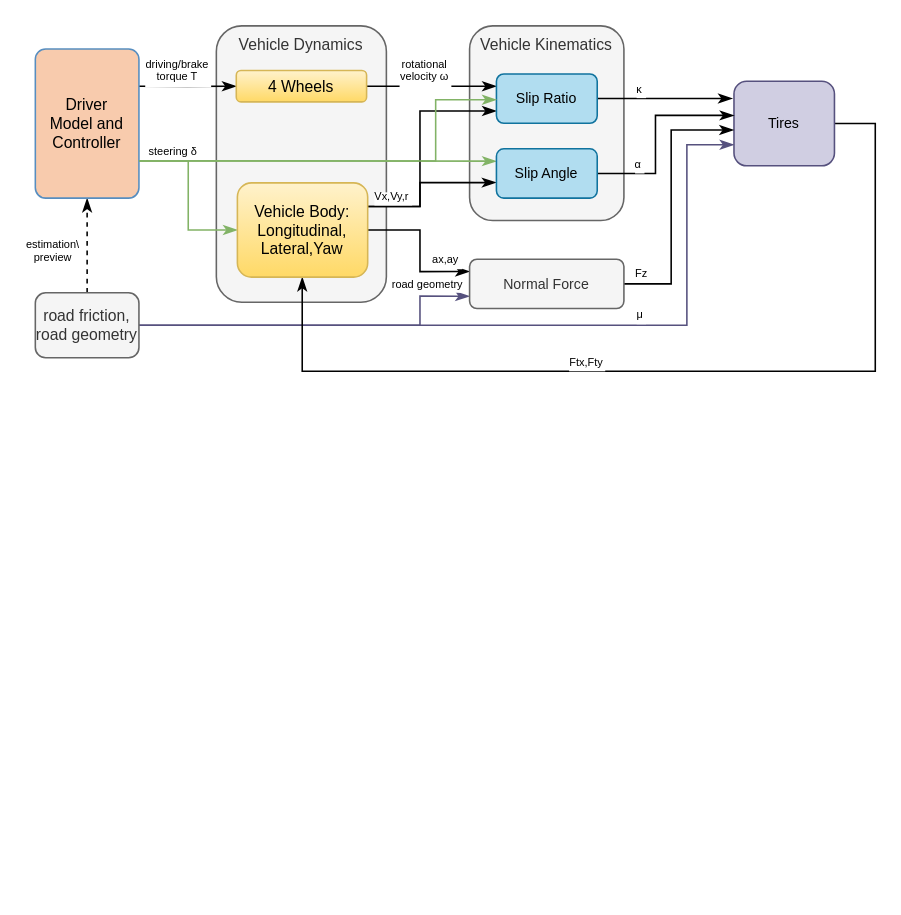
The draw.io diagram vehicle dynamics.drawio in LimingGao/draw_io, before the edit. Source tidied: cells renumbered, new cells numbered last; positions are measured from the earlier drawing's top-left corner, leaving out a move shared by most shapes. Both pictures are drawn from the tidied source at 157%, with x=0, y=0 at pixel (35, 25).
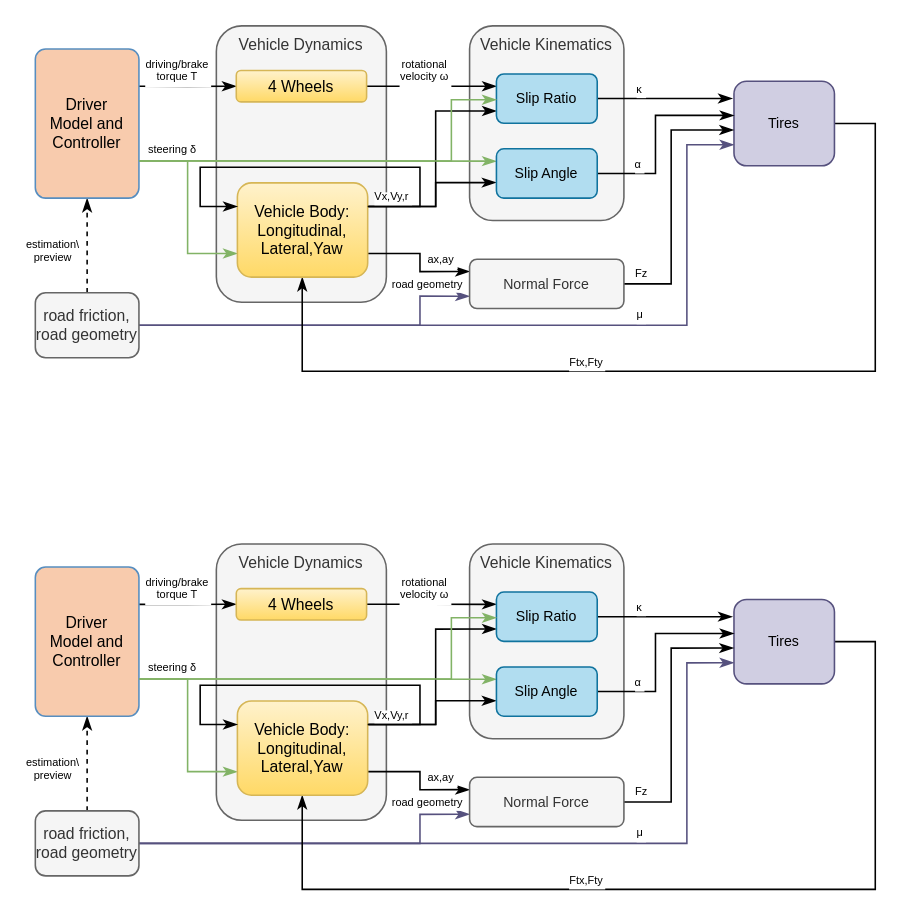
The same diagram, later.

Unchanged cells that the change refers to:
```xml
<mxCell id="16" value="Driver &#10;Model and &#10;Controller" style="rounded=1;align=center;verticalAlign=middle;fontSize=10;fontStyle=0;fillColor=#F8CBAD;strokeColor=#578EC0;arcSize=10;" parent="1" vertex="1">
  <mxGeometry y="14.7" width="66" height="95" as="geometry" />
</mxCell>
<mxCell id="29" value="Vehicle Body:&#10;Longitudinal,&#10;Lateral,Yaw" style="rounded=1;align=center;verticalAlign=middle;fontSize=10;fontStyle=0;fillColor=#fff2cc;strokeColor=#d6b656;gradientColor=#ffd966;" parent="1" vertex="1">
  <mxGeometry x="128.7" y="100" width="83" height="60" as="geometry" />
</mxCell>
<mxCell id="32" value="Slip Angle" style="rounded=1;align=center;verticalAlign=middle;fillColor=#b1ddf0;strokeColor=#10739e;fontSize=9;fontStyle=0;" parent="1" vertex="1">
  <mxGeometry x="293.7" y="78.3" width="64.2" height="31.4" as="geometry" />
</mxCell>
<mxCell id="35" value="Slip Ratio" style="rounded=1;align=center;verticalAlign=middle;fillColor=#b1ddf0;strokeColor=#10739e;fontSize=9;fontStyle=0;" parent="1" vertex="1">
  <mxGeometry x="293.7" y="30.6" width="64.2" height="31.4" as="geometry" />
</mxCell>
<mxCell id="39" value="Normal Force" style="rounded=1;align=center;verticalAlign=middle;fontSize=9;fontStyle=0;fillColor=#f5f5f5;strokeColor=#666666;fontColor=#333333;" parent="1" vertex="1">
  <mxGeometry x="276.6" y="148.6" width="98.3" height="31.4" as="geometry" />
</mxCell>
```

Diff of the diagram source:
```diff
@@
-    <mxCell id="13" style="edgeStyle=orthogonalEdgeStyle;rounded=0;jettySize=auto;exitX=1;exitY=0.75;exitDx=0;exitDy=0;fontSize=7;endArrow=classicThin;endFill=1;fillColor=#d5e8d4;strokeColor=#82b366;" parent="1" edge="1" source="16" target="29">
-      <mxGeometry relative="1" as="geometry" />
+    <mxCell id="13" style="edgeStyle=orthogonalEdgeStyle;rounded=0;jettySize=auto;exitX=1;exitY=0.75;exitDx=0;exitDy=0;fontSize=7;endArrow=classicThin;endFill=1;fillColor=#d5e8d4;strokeColor=#82b366;entryX=0;entryY=0.75;entryDx=0;entryDy=0;" parent="1" edge="1" source="16" target="29">
+      <mxGeometry relative="1" as="geometry">
+        <Array as="points">
+          <mxPoint x="97" y="86" />
+          <mxPoint x="97" y="145" />
+        </Array>
+      </mxGeometry>
     </mxCell>
     <mxCell id="14" value="steering δ" style="edgeLabel;align=center;verticalAlign=middle;fontSize=7;" parent="13" vertex="1">
       <mxGeometry x="-0.2" y="1" relative="1" as="geometry">
-        <mxPoint x="-10.9" y="-18.1" as="offset" />
+        <mxPoint x="-10.9" y="-25.5" as="offset" />
       </mxGeometry>
     </mxCell>
@@
     <mxCell id="24" style="edgeStyle=orthogonalEdgeStyle;rounded=0;jettySize=auto;fontSize=7;entryX=-0.003;entryY=0.685;entryDx=0;entryDy=0;entryPerimeter=0;endArrow=classicThin;endFill=1;exitX=1;exitY=0.25;exitDx=0;exitDy=0;" parent="1" edge="1" source="29" target="32">
       <mxGeometry relative="1" as="geometry">
         <Array as="points">
-          <mxPoint x="245" y="115" />
-          <mxPoint x="245" y="100" />
+          <mxPoint x="255" y="115" />
+          <mxPoint x="255" y="100" />
         </Array>
       </mxGeometry>
     </mxCell>
@@
     <mxCell id="26" style="edgeStyle=orthogonalEdgeStyle;rounded=0;jettySize=auto;startArrow=none;startFill=0;endArrow=classicThin;endFill=1;fontSize=7;entryX=0;entryY=0.75;entryDx=0;entryDy=0;exitX=1;exitY=0.25;exitDx=0;exitDy=0;" parent="1" edge="1" source="29" target="35">
       <mxGeometry relative="1" as="geometry">
         <Array as="points">
-          <mxPoint x="245" y="115" />
-          <mxPoint x="245" y="55" />
+          <mxPoint x="255" y="115" />
+          <mxPoint x="255" y="54" />
         </Array>
       </mxGeometry>
     </mxCell>
-    <mxCell id="27" style="edgeStyle=orthogonalEdgeStyle;rounded=0;jettySize=auto;startArrow=none;startFill=0;endArrow=classicThin;endFill=1;fontSize=7;entryX=0;entryY=0.25;entryDx=0;entryDy=0;" parent="1" edge="1" source="29" target="39">
+    <mxCell id="27" style="edgeStyle=orthogonalEdgeStyle;rounded=0;jettySize=auto;startArrow=none;startFill=0;endArrow=classicThin;endFill=1;fontSize=7;entryX=0;entryY=0.25;entryDx=0;entryDy=0;exitX=1;exitY=0.75;exitDx=0;exitDy=0;" parent="1" edge="1" source="29" target="39">
       <mxGeometry relative="1" as="geometry">
         <Array as="points">
-          <mxPoint x="245" y="130" />
+          <mxPoint x="245" y="145" />
           <mxPoint x="245" y="156" />
         </Array>
       </mxGeometry>
     </mxCell>
     <mxCell id="28" value="ax,ay" style="edgeLabel;align=center;verticalAlign=middle;fontSize=7;" parent="27" vertex="1">
       <mxGeometry x="-0.54" y="1" relative="1" as="geometry">
-        <mxPoint x="28.4" y="19.6" as="offset" />
+        <mxPoint x="28.4" y="4.6" as="offset" />
       </mxGeometry>
     </mxCell>
@@
     <mxCell id="36" style="edgeStyle=orthogonalEdgeStyle;rounded=0;jettySize=auto;exitX=1;exitY=0.75;exitDx=0;exitDy=0;fontSize=7;endArrow=classicThin;endFill=1;fillColor=#d5e8d4;strokeColor=#82b366;" parent="1" edge="1" source="16" target="35">
       <mxGeometry relative="1" as="geometry">
         <Array as="points">
-          <mxPoint x="255" y="86" />
-          <mxPoint x="255" y="47" />
+          <mxPoint x="265" y="86" />
+          <mxPoint x="265" y="47" />
         </Array>
       </mxGeometry>
     </mxCell>
@@
+    <mxCell id="40" style="edgeStyle=orthogonalEdgeStyle;rounded=0;orthogonalLoop=1;jettySize=auto;startArrow=none;startFill=0;endArrow=classicThin;endFill=1;fontSize=7;entryX=0;entryY=0.25;entryDx=0;entryDy=0;exitX=1;exitY=0.25;exitDx=0;exitDy=0;" parent="1" edge="1" source="29" target="29">
+      <mxGeometry relative="1" as="geometry">
+        <Array as="points">
+          <mxPoint x="245" y="115" />
+          <mxPoint x="245" y="90" />
+          <mxPoint x="105" y="90" />
+          <mxPoint x="105" y="115" />
+        </Array>
+      </mxGeometry>
+    </mxCell>
+    <mxCell id="41" style="edgeStyle=orthogonalEdgeStyle;rounded=0;jettySize=auto;entryX=0;entryY=0.75;entryDx=0;entryDy=0;startArrow=none;startFill=0;endArrow=classicThin;endFill=1;fontSize=10;fillColor=#d0cee2;strokeColor=#56517e;" parent="1" edge="1" source="47" target="78">
+      <mxGeometry relative="1" as="geometry">
+        <Array as="points">
+          <mxPoint x="245" y="521" />
+          <mxPoint x="245" y="502" />
+        </Array>
+      </mxGeometry>
+    </mxCell>
+    <mxCell id="42" value="road geometry" style="edgeLabel;align=center;verticalAlign=middle;fontSize=7;" parent="41" vertex="1">
+      <mxGeometry x="0.28" y="1" relative="1" as="geometry">
+        <mxPoint x="36.6" y="-25.4" as="offset" />
+      </mxGeometry>
+    </mxCell>
+    <mxCell id="43" style="edgeStyle=orthogonalEdgeStyle;rounded=0;jettySize=auto;entryX=0;entryY=0.75;entryDx=0;entryDy=0;startArrow=none;startFill=0;endArrow=classicThin;endFill=1;fontSize=7;fillColor=#d0cee2;strokeColor=#56517e;" parent="1" edge="1" source="47" target="62">
+      <mxGeometry relative="1" as="geometry">
+        <Array as="points">
+          <mxPoint x="415" y="521" />
+          <mxPoint x="415" y="406" />
+        </Array>
+      </mxGeometry>
+    </mxCell>
+    <mxCell id="44" value="μ" style="edgeLabel;align=center;verticalAlign=middle;fontSize=7;" parent="43" vertex="1">
+      <mxGeometry x="0.38" y="-1" relative="1" as="geometry">
+        <mxPoint x="-22" y="-8" as="offset" />
+      </mxGeometry>
+    </mxCell>
+    <mxCell id="45" style="edgeStyle=orthogonalEdgeStyle;rounded=0;jettySize=auto;startArrow=none;startFill=0;endArrow=classicThin;endFill=1;fontSize=7;dashed=1;" parent="1" edge="1" source="47" target="55">
+      <mxGeometry relative="1" as="geometry" />
+    </mxCell>
+    <mxCell id="46" value="estimation\&#10;preview" style="edgeLabel;align=center;verticalAlign=middle;fontSize=7;" parent="45" vertex="1">
+      <mxGeometry x="-0.25" relative="1" as="geometry">
+        <mxPoint x="-22" y="-4" as="offset" />
+      </mxGeometry>
+    </mxCell>
+    <mxCell id="47" value="road friction,&#10;road geometry" style="rounded=1;labelBackgroundColor=none;arcSize=16;verticalAlign=middle;fontSize=10;align=center;fillColor=#f5f5f5;strokeColor=#666666;fontColor=#333333;" parent="1" vertex="1">
+      <mxGeometry y="500" width="66" height="41.4" as="geometry" />
+    </mxCell>
+    <mxCell id="48" value="Vehicle Kinematics" style="rounded=1;align=center;verticalAlign=top;fontSize=10;fontStyle=0;strokeColor=#666666;fillColor=#f5f5f5;fontColor=#333333;glass=0;" parent="1" vertex="1">
+      <mxGeometry x="276.6" y="330" width="98.3" height="124" as="geometry" />
+    </mxCell>
+    <mxCell id="49" value="Vehicle Dynamics" style="rounded=1;align=center;verticalAlign=top;fontSize=10;fontStyle=0;strokeColor=#666666;fillColor=#f5f5f5;fontColor=#333333;glass=0;" parent="1" vertex="1">
+      <mxGeometry x="115.3" y="330" width="108.3" height="176" as="geometry" />
+    </mxCell>
+    <mxCell id="50" style="edgeStyle=orthogonalEdgeStyle;rounded=0;jettySize=auto;entryX=0;entryY=0.5;entryDx=0;entryDy=0;exitX=1;exitY=0.25;exitDx=0;exitDy=0;endArrow=classicThin;endFill=1;" parent="1" edge="1" source="55" target="58">
+      <mxGeometry relative="1" as="geometry" />
+    </mxCell>
+    <mxCell id="51" value="driving/brake &#10;torque T" style="edgeLabel;align=center;verticalAlign=middle;fontSize=7;" parent="50" vertex="1">
+      <mxGeometry x="-0.26" y="-1" relative="1" as="geometry">
+        <mxPoint x="1.2" y="-11.4" as="offset" />
+      </mxGeometry>
+    </mxCell>
+    <mxCell id="52" style="edgeStyle=orthogonalEdgeStyle;rounded=0;jettySize=auto;exitX=1;exitY=0.75;exitDx=0;exitDy=0;fontSize=7;endArrow=classicThin;endFill=1;fillColor=#d5e8d4;strokeColor=#82b366;entryX=0;entryY=0.75;entryDx=0;entryDy=0;" parent="1" edge="1" source="55" target="68">
+      <mxGeometry relative="1" as="geometry">
+        <Array as="points">
+          <mxPoint x="97" y="416" />
+          <mxPoint x="97" y="475" />
+        </Array>
+      </mxGeometry>
+    </mxCell>
+    <mxCell id="53" value="steering δ" style="edgeLabel;align=center;verticalAlign=middle;fontSize=7;" parent="52" vertex="1">
+      <mxGeometry x="-0.2" y="1" relative="1" as="geometry">
+        <mxPoint x="-10.9" y="-25.5" as="offset" />
+      </mxGeometry>
+    </mxCell>
+    <mxCell id="54" style="edgeStyle=orthogonalEdgeStyle;rounded=0;jettySize=auto;exitX=1;exitY=0.75;exitDx=0;exitDy=0;entryX=0;entryY=0.25;entryDx=0;entryDy=0;fontSize=7;endArrow=classicThin;endFill=1;fillColor=#d5e8d4;strokeColor=#82b366;" parent="1" edge="1" source="55" target="71">
+      <mxGeometry relative="1" as="geometry" />
+    </mxCell>
+    <mxCell id="55" value="Driver &#10;Model and &#10;Controller" style="rounded=1;align=center;verticalAlign=middle;fontSize=10;fontStyle=0;fillColor=#F8CBAD;strokeColor=#578EC0;arcSize=10;" parent="1" vertex="1">
+      <mxGeometry y="344.7" width="66" height="95" as="geometry" />
+    </mxCell>
+    <mxCell id="56" style="edgeStyle=orthogonalEdgeStyle;rounded=0;jettySize=auto;fontSize=7;entryX=0;entryY=0.25;entryDx=0;entryDy=0;endArrow=classicThin;endFill=1;" parent="1" edge="1" source="58" target="74">
+      <mxGeometry relative="1" as="geometry" />
+    </mxCell>
+    <mxCell id="57" value="rotational &#10;velocity ω" style="edgeLabel;align=center;verticalAlign=middle;fontSize=7;" parent="56" vertex="1">
+      <mxGeometry x="0.17" relative="1" as="geometry">
+        <mxPoint x="-11.2" y="-10.4" as="offset" />
+      </mxGeometry>
+    </mxCell>
+    <mxCell id="58" value="4 Wheels" style="rounded=1;align=center;verticalAlign=middle;fontSize=10;fontStyle=0;fillColor=#fff2cc;strokeColor=#d6b656;gradientColor=#ffd966;" parent="1" vertex="1">
+      <mxGeometry x="128" y="358.4" width="83" height="20" as="geometry" />
+    </mxCell>
+    <mxCell id="59" style="edgeStyle=orthogonalEdgeStyle;rounded=0;orthogonalLoop=1;jettySize=auto;exitX=0.5;exitY=1;exitDx=0;exitDy=0;" parent="1" edge="1" source="58" target="58">
+      <mxGeometry relative="1" as="geometry" />
+    </mxCell>
+    <mxCell id="60" style="edgeStyle=orthogonalEdgeStyle;rounded=0;jettySize=auto;exitX=1;exitY=0.5;exitDx=0;exitDy=0;fontSize=7;endArrow=classicThin;endFill=1;" parent="1" edge="1" source="62">
+      <mxGeometry relative="1" as="geometry">
+        <mxPoint x="170" y="490" as="targetPoint" />
+        <Array as="points">
+          <mxPoint x="535" y="392" />
+          <mxPoint x="535" y="550" />
+          <mxPoint x="170" y="550" />
+        </Array>
+      </mxGeometry>
+    </mxCell>
+    <mxCell id="61" value="Ftx,Fty" style="edgeLabel;align=center;verticalAlign=middle;fontSize=7;" parent="60" vertex="1">
+      <mxGeometry x="0.22" relative="1" as="geometry">
+        <mxPoint x="3" y="-6" as="offset" />
+      </mxGeometry>
+    </mxCell>
+    <mxCell id="62" value="Tires" style="rounded=1;align=center;verticalAlign=middle;fillColor=#d0cee2;strokeColor=#56517e;fontSize=9;fontStyle=0;" parent="1" vertex="1">
+      <mxGeometry x="445" y="365.3" width="64" height="53.8" as="geometry" />
+    </mxCell>
+    <mxCell id="63" style="edgeStyle=orthogonalEdgeStyle;rounded=0;jettySize=auto;fontSize=7;entryX=-0.003;entryY=0.685;entryDx=0;entryDy=0;entryPerimeter=0;endArrow=classicThin;endFill=1;exitX=1;exitY=0.25;exitDx=0;exitDy=0;" parent="1" edge="1" source="68" target="71">
+      <mxGeometry relative="1" as="geometry">
+        <Array as="points">
+          <mxPoint x="255" y="445" />
+          <mxPoint x="255" y="430" />
+        </Array>
+      </mxGeometry>
+    </mxCell>
+    <mxCell id="64" value="Vx,Vy,r" style="edgeLabel;align=center;verticalAlign=middle;fontSize=7;" parent="63" vertex="1">
+      <mxGeometry x="-0.62" relative="1" as="geometry">
+        <mxPoint x="-2.9" y="-6.3" as="offset" />
+      </mxGeometry>
+    </mxCell>
+    <mxCell id="65" style="edgeStyle=orthogonalEdgeStyle;rounded=0;jettySize=auto;startArrow=none;startFill=0;endArrow=classicThin;endFill=1;fontSize=7;entryX=0;entryY=0.75;entryDx=0;entryDy=0;exitX=1;exitY=0.25;exitDx=0;exitDy=0;" parent="1" edge="1" source="68" target="74">
+      <mxGeometry relative="1" as="geometry">
+        <Array as="points">
+          <mxPoint x="255" y="445" />
+          <mxPoint x="255" y="384" />
+        </Array>
+      </mxGeometry>
+    </mxCell>
+    <mxCell id="66" style="edgeStyle=orthogonalEdgeStyle;rounded=0;jettySize=auto;startArrow=none;startFill=0;endArrow=classicThin;endFill=1;fontSize=7;entryX=0;entryY=0.25;entryDx=0;entryDy=0;exitX=1;exitY=0.75;exitDx=0;exitDy=0;" parent="1" edge="1" source="68" target="78">
+      <mxGeometry relative="1" as="geometry">
+        <Array as="points">
+          <mxPoint x="245" y="475" />
+          <mxPoint x="245" y="486" />
+        </Array>
+      </mxGeometry>
+    </mxCell>
+    <mxCell id="67" value="ax,ay" style="edgeLabel;align=center;verticalAlign=middle;fontSize=7;" parent="66" vertex="1">
+      <mxGeometry x="-0.54" y="1" relative="1" as="geometry">
+        <mxPoint x="28.4" y="4.6" as="offset" />
+      </mxGeometry>
+    </mxCell>
+    <mxCell id="68" value="Vehicle Body:&#10;Longitudinal,&#10;Lateral,Yaw" style="rounded=1;align=center;verticalAlign=middle;fontSize=10;fontStyle=0;fillColor=#fff2cc;strokeColor=#d6b656;gradientColor=#ffd966;" parent="1" vertex="1">
+      <mxGeometry x="128.7" y="430" width="83" height="60" as="geometry" />
+    </mxCell>
+    <mxCell id="69" style="edgeStyle=orthogonalEdgeStyle;rounded=0;jettySize=auto;startArrow=none;startFill=0;endArrow=classicThin;endFill=1;fontSize=7;" parent="1" edge="1" source="71" target="62">
+      <mxGeometry relative="1" as="geometry">
+        <Array as="points">
+          <mxPoint x="395" y="424" />
+          <mxPoint x="395" y="387" />
+        </Array>
+      </mxGeometry>
+    </mxCell>
+    <mxCell id="70" value="α" style="edgeLabel;align=center;verticalAlign=middle;fontSize=7;" parent="69" vertex="1">
+      <mxGeometry x="-0.64" y="-1" relative="1" as="geometry">
+        <mxPoint x="3.8" y="-6.9" as="offset" />
+      </mxGeometry>
+    </mxCell>
+    <mxCell id="71" value="Slip Angle" style="rounded=1;align=center;verticalAlign=middle;fillColor=#b1ddf0;strokeColor=#10739e;fontSize=9;fontStyle=0;" parent="1" vertex="1">
+      <mxGeometry x="293.7" y="408.3" width="64.2" height="31.4" as="geometry" />
+    </mxCell>
+    <mxCell id="72" style="edgeStyle=orthogonalEdgeStyle;rounded=0;jettySize=auto;startArrow=none;startFill=0;endArrow=classicThin;endFill=1;fontSize=7;entryX=-0.016;entryY=0.204;entryDx=0;entryDy=0;entryPerimeter=0;" parent="1" edge="1" source="74" target="62">
+      <mxGeometry relative="1" as="geometry" />
+    </mxCell>
+    <mxCell id="73" value="κ" style="edgeLabel;align=center;verticalAlign=middle;fontSize=7;" parent="72" vertex="1">
+      <mxGeometry x="0.02" y="6" relative="1" as="geometry">
+        <mxPoint x="-17.4" y="-0.3" as="offset" />
+      </mxGeometry>
+    </mxCell>
+    <mxCell id="74" value="Slip Ratio" style="rounded=1;align=center;verticalAlign=middle;fillColor=#b1ddf0;strokeColor=#10739e;fontSize=9;fontStyle=0;" parent="1" vertex="1">
+      <mxGeometry x="293.7" y="360.6" width="64.2" height="31.4" as="geometry" />
+    </mxCell>
+    <mxCell id="75" style="edgeStyle=orthogonalEdgeStyle;rounded=0;jettySize=auto;exitX=1;exitY=0.75;exitDx=0;exitDy=0;fontSize=7;endArrow=classicThin;endFill=1;fillColor=#d5e8d4;strokeColor=#82b366;" parent="1" edge="1" source="55" target="74">
+      <mxGeometry relative="1" as="geometry">
+        <Array as="points">
+          <mxPoint x="265" y="416" />
+          <mxPoint x="265" y="377" />
+        </Array>
+      </mxGeometry>
+    </mxCell>
+    <mxCell id="76" style="edgeStyle=orthogonalEdgeStyle;rounded=0;jettySize=auto;entryX=-0.003;entryY=0.576;entryDx=0;entryDy=0;startArrow=none;startFill=0;endArrow=classicThin;endFill=1;fontSize=7;entryPerimeter=0;" parent="1" edge="1" source="78" target="62">
+      <mxGeometry relative="1" as="geometry">
+        <Array as="points">
+          <mxPoint x="405" y="494" />
+          <mxPoint x="405" y="396" />
+        </Array>
+      </mxGeometry>
+    </mxCell>
+    <mxCell id="77" value="Fz" style="edgeLabel;align=center;verticalAlign=middle;fontSize=7;" parent="76" vertex="1">
+      <mxGeometry x="-0.74" y="1" relative="1" as="geometry">
+        <mxPoint x="-11" y="-6" as="offset" />
+      </mxGeometry>
+    </mxCell>
+    <mxCell id="78" value="Normal Force" style="rounded=1;align=center;verticalAlign=middle;fontSize=9;fontStyle=0;fillColor=#f5f5f5;strokeColor=#666666;fontColor=#333333;" parent="1" vertex="1">
+      <mxGeometry x="276.6" y="478.6" width="98.3" height="31.4" as="geometry" />
+    </mxCell>
+    <mxCell id="79" style="edgeStyle=orthogonalEdgeStyle;rounded=0;orthogonalLoop=1;jettySize=auto;startArrow=none;startFill=0;endArrow=classicThin;endFill=1;fontSize=7;entryX=0;entryY=0.25;entryDx=0;entryDy=0;exitX=1;exitY=0.25;exitDx=0;exitDy=0;" parent="1" edge="1" source="68" target="68">
+      <mxGeometry relative="1" as="geometry">
+        <Array as="points">
+          <mxPoint x="245" y="445" />
+          <mxPoint x="245" y="420" />
+          <mxPoint x="105" y="420" />
+          <mxPoint x="105" y="445" />
+        </Array>
+      </mxGeometry>
+    </mxCell>
```
